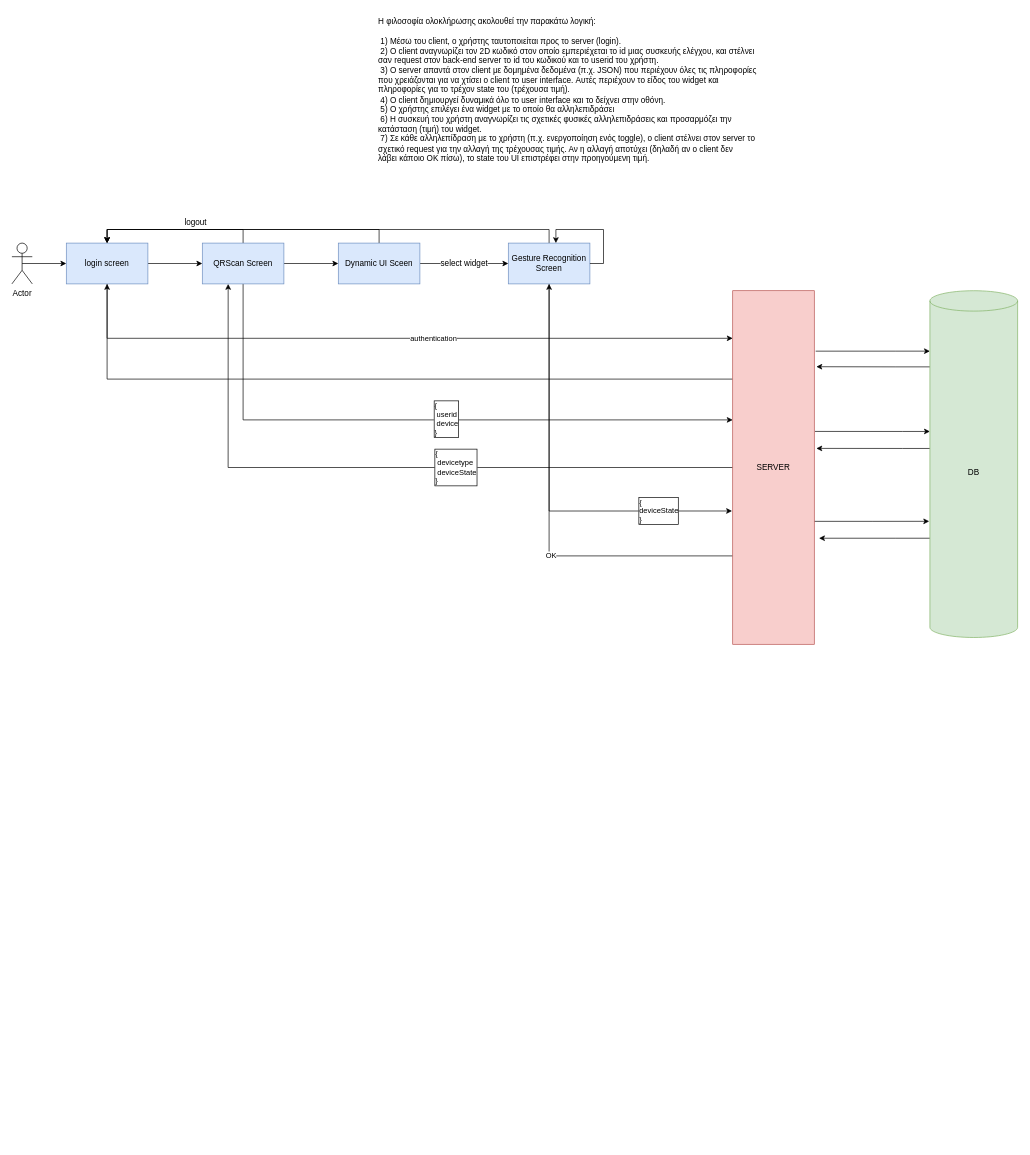
Before: page "Σελίδα-1" (1 of 8) of System Design.drawio in Paul-Chrysis/QRoom-Controller, a draw.io diagram. Source tidied: cells renumbered, new cells numbered last; positions are measured from the earlier drawing's top-left corner, leaving out a move shared by most shapes. Both pictures are drawn from the tidied source at 68%, with x=0, y=0 at pixel (12, 12). Pictures stored in the file or linked from it are replaced by grey dashed boxes.
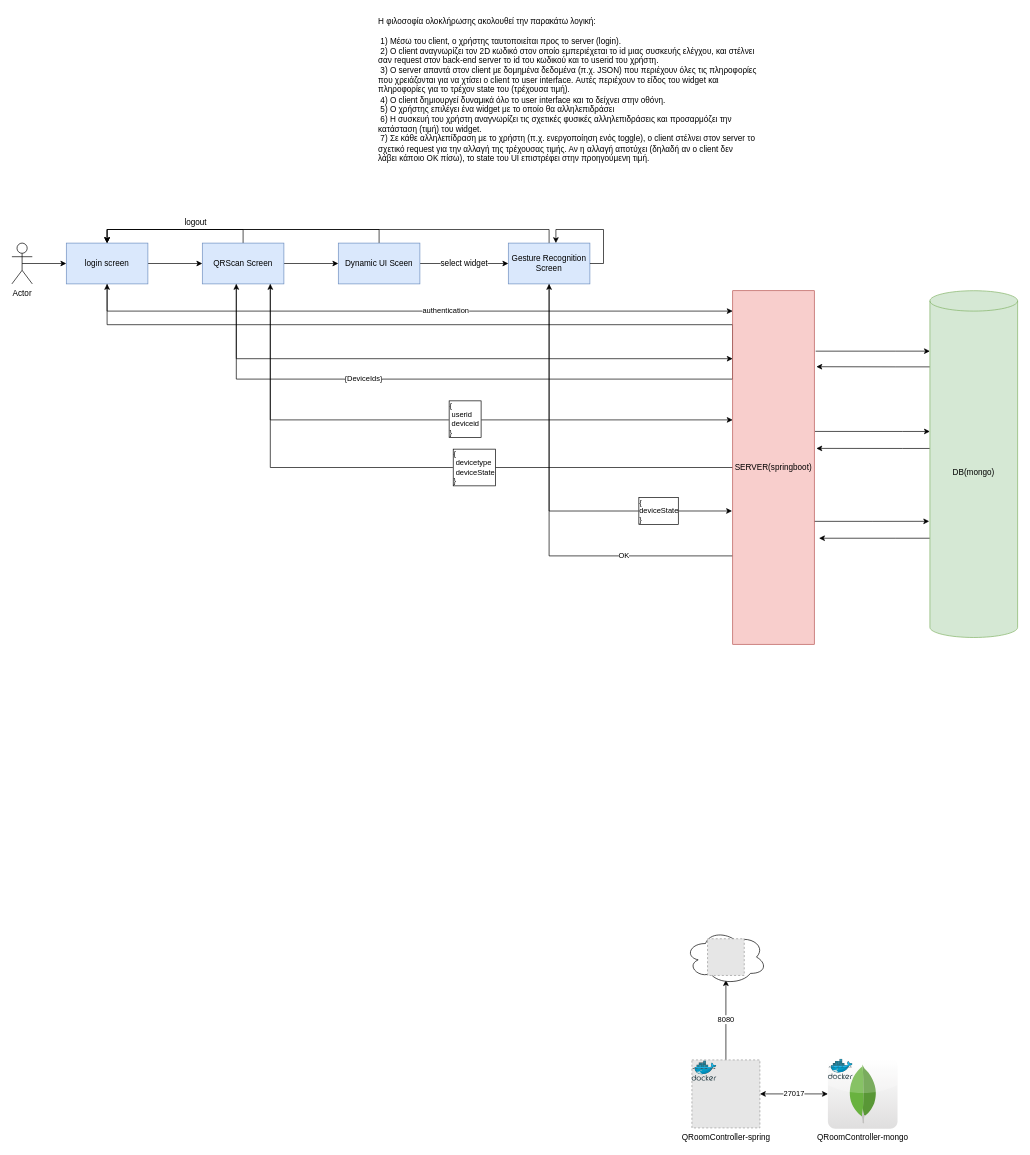
Above is the later version.

The change refers to these unchanged cells:
```xml
<mxCell id="7" value="login screen" style="rounded=0;whiteSpace=wrap;html=1;fillColor=#dae8fc;strokeColor=#6c8ebf;" parent="1" vertex="1">
  <mxGeometry x="80" y="340" width="120" height="60" as="geometry" />
</mxCell>
<mxCell id="13" style="edgeStyle=orthogonalEdgeStyle;rounded=0;jettySize=auto;html=1;entryX=0.5;entryY=1;entryDx=0;entryDy=0;" parent="1" edge="1" source="15" target="27">
  <mxGeometry relative="1" as="geometry">
    <Array as="points">
      <mxPoint x="790" y="800" />
    </Array>
  </mxGeometry>
</mxCell>
<mxCell id="24" value="QRScan Screen" style="whiteSpace=wrap;html=1;fillColor=#dae8fc;strokeColor=#6c8ebf;rounded=0;" parent="1" vertex="1">
  <mxGeometry x="280" y="340" width="120" height="60" as="geometry" />
</mxCell>
```

The edit, as a diff of the source:
```diff
@@
     <mxCell id="5" value="authentication" style="rounded=0;jettySize=auto;html=1;edgeStyle=orthogonalEdgeStyle;" parent="1" edge="1" source="7" target="15">
       <mxGeometry x="0.12" relative="1" as="geometry">
         <Array as="points">
-          <mxPoint x="140" y="480" />
+          <mxPoint x="140" y="440" />
         </Array>
       </mxGeometry>
     </mxCell>
@@
     <mxCell id="8" style="edgeStyle=orthogonalEdgeStyle;rounded=0;jettySize=auto;html=1;entryX=0.5;entryY=1;entryDx=0;entryDy=0;exitX=0;exitY=0.25;exitDx=0;exitDy=0;" parent="1" edge="1" source="15" target="7">
-      <mxGeometry relative="1" as="geometry" />
+      <mxGeometry relative="1" as="geometry">
+        <Array as="points">
+          <mxPoint x="1060" y="460" />
+          <mxPoint x="140" y="460" />
+        </Array>
+      </mxGeometry>
     </mxCell>
@@
-    <mxCell id="11" value="{&lt;br&gt;&lt;span style=&quot;white-space: pre;&quot;&gt; &lt;/span&gt;devicetype&lt;br&gt;&lt;span style=&quot;white-space: pre;&quot;&gt; &lt;/span&gt;deviceState&lt;br&gt;}" style="edgeStyle=orthogonalEdgeStyle;rounded=0;jettySize=auto;html=1;entryX=0.317;entryY=1;entryDx=0;entryDy=0;entryPerimeter=0;align=left;labelBorderColor=default;" parent="1" edge="1" source="15" target="24">
-      <mxGeometry x="-0.13" relative="1" as="geometry" />
+    <mxCell id="11" value="{&lt;br&gt;&lt;span style=&quot;white-space: pre;&quot;&gt; &lt;/span&gt;devicetype&lt;br&gt;&lt;span style=&quot;white-space: pre;&quot;&gt; &lt;/span&gt;deviceState&lt;br&gt;}" style="edgeStyle=orthogonalEdgeStyle;rounded=0;jettySize=auto;html=1;align=left;labelBorderColor=default;" parent="1" edge="1" source="15" target="24">
+      <mxGeometry x="-0.13" relative="1" as="geometry">
+        <Array as="points">
+          <mxPoint x="380" y="670" />
+        </Array>
+      </mxGeometry>
     </mxCell>
@@
     <mxCell id="14" value="OK" style="edgeLabel;html=1;align=center;verticalAlign=middle;" parent="13" vertex="1">
-      <mxGeometry x="-0.2" y="-1" relative="1" as="geometry" />
+      <mxGeometry x="-0.2" y="-1" relative="1" as="geometry">
+        <mxPoint x="107" as="offset" />
+      </mxGeometry>
     </mxCell>
+    <mxCell id="32" style="edgeStyle=orthogonalEdgeStyle;rounded=0;jettySize=auto;html=1;" parent="1" edge="1" source="15" target="24">
+      <mxGeometry relative="1" as="geometry">
+        <Array as="points">
+          <mxPoint x="330" y="540" />
+        </Array>
+      </mxGeometry>
+    </mxCell>
+    <mxCell id="33" value="{DeviceIds}" style="edgeLabel;html=1;align=center;verticalAlign=middle;" parent="32" vertex="1">
+      <mxGeometry x="0.25" y="-1" relative="1" as="geometry" />
+    </mxCell>
-    <mxCell id="15" value="SERVER" style="rounded=0;whiteSpace=wrap;html=1;fillColor=#f8cecc;strokeColor=#b85450;" parent="1" vertex="1">
+    <mxCell id="15" value="SERVER(springboot)" style="rounded=0;whiteSpace=wrap;html=1;fillColor=#f8cecc;strokeColor=#b85450;" parent="1" vertex="1">
       <mxGeometry x="1060" y="410" width="120" height="520" as="geometry" />
     </mxCell>
@@
-    <mxCell id="19" value="DB" style="shape=cylinder3;whiteSpace=wrap;html=1;boundedLbl=1;backgroundOutline=1;size=15;fillColor=#d5e8d4;strokeColor=#82b366;" parent="1" vertex="1">
+    <mxCell id="19" value="DB(mongo)" style="shape=cylinder3;whiteSpace=wrap;html=1;boundedLbl=1;backgroundOutline=1;size=15;fillColor=#d5e8d4;strokeColor=#82b366;" parent="1" vertex="1">
       <mxGeometry x="1350" y="410" width="129" height="510" as="geometry" />
     </mxCell>
     <mxCell id="20" style="edgeStyle=orthogonalEdgeStyle;rounded=0;jettySize=auto;html=1;" parent="1" edge="1" source="24" target="15">
       <mxGeometry relative="1" as="geometry">
         <Array as="points">
-          <mxPoint x="340" y="600" />
+          <mxPoint x="380" y="600" />
         </Array>
       </mxGeometry>
     </mxCell>
-    <mxCell id="21" value="{&lt;br&gt;&lt;span style=&quot;white-space: pre;&quot;&gt; &lt;/span&gt;userid&lt;br&gt;&lt;span style=&quot;white-space: pre;&quot;&gt; &lt;/span&gt;device&lt;br&gt;}" style="edgeLabel;html=1;align=left;verticalAlign=middle;labelBorderColor=default;spacingRight=0;spacing=2;" parent="20" vertex="1">
+    <mxCell id="21" value="{&lt;br&gt;&lt;span style=&quot;white-space: pre;&quot;&gt; &lt;/span&gt;userid&lt;br&gt;&lt;span style=&quot;white-space: pre;&quot;&gt; &lt;/span&gt;deviceid&amp;nbsp;&lt;br&gt;}" style="edgeLabel;html=1;align=left;verticalAlign=middle;labelBorderColor=default;spacingRight=0;spacing=2;" parent="20" vertex="1">
       <mxGeometry x="-0.1" y="2" relative="1" as="geometry">
         <mxPoint x="65" as="offset" />
       </mxGeometry>
     </mxCell>
@@
+    <mxCell id="34" style="edgeStyle=orthogonalEdgeStyle;rounded=0;jettySize=auto;html=1;" parent="1" edge="1" source="24" target="15">
+      <mxGeometry relative="1" as="geometry">
+        <Array as="points">
+          <mxPoint x="330" y="510" />
+        </Array>
+      </mxGeometry>
+    </mxCell>
@@
+    <mxCell id="35" style="group;" parent="1" vertex="1">
+      <mxGeometry x="1200" y="1540" width="102.4" height="102.4" as="geometry" />
+    </mxCell>
+    <mxCell id="36" value="QRoomController-mongo" style="dashed=0;outlineConnect=0;html=1;align=center;labelPosition=center;verticalLabelPosition=bottom;verticalAlign=top;shape=mxgraph.webicons.mongodb;gradientColor=#DFDEDE;" parent="35" vertex="1">
+      <mxGeometry width="102.4" height="102.4" as="geometry" />
+    </mxCell>
+    <mxCell id="37" style="image;sketch=0;html=1;align=center;fontSize=12;image=img/lib/mscae/Docker.svg;" parent="35" vertex="1">
+      <mxGeometry x="0.4" width="36.6" height="30" as="geometry" />
+    </mxCell>
+    <mxCell id="38" value="27017" style="edgeStyle=orthogonalEdgeStyle;rounded=0;jettySize=auto;html=1;startArrow=classic;startFill=1;" parent="1" edge="1" source="40" target="36">
+      <mxGeometry relative="1" as="geometry" />
+    </mxCell>
+    <mxCell id="39" value="8080" style="edgeStyle=orthogonalEdgeStyle;rounded=0;jettySize=auto;html=1;entryX=0.5;entryY=0.922;entryDx=0;entryDy=0;entryPerimeter=0;" parent="1" edge="1" source="40" target="42">
+      <mxGeometry relative="1" as="geometry" />
+    </mxCell>
+    <mxCell id="40" value="QRoomController-spring" style="fillColor=#E6E6E6;strokeColor=#999999;dashed=1;html=1;verticalAlign=top;verticalLabelPosition=bottom;labelBackgroundColor=#ffffff;" parent="1" vertex="1">
+      <mxGeometry x="1000" y="1541.2" width="100" height="100" as="geometry" />
+    </mxCell>
+    <mxCell id="41" style="image;sketch=0;html=1;align=center;fontSize=12;image=img/lib/mscae/Docker.svg;" parent="1" vertex="1">
+      <mxGeometry x="1000" y="1542.4" width="36.6" height="30" as="geometry" />
+    </mxCell>
+    <mxCell id="42" style="ellipse;shape=cloud;whiteSpace=wrap;html=1;" parent="1" vertex="1">
+      <mxGeometry x="990" y="1350" width="120" height="80" as="geometry" />
+    </mxCell>
+    <mxCell id="43" style="fillColor=#E6E6E6;strokeColor=#999999;dashed=1;html=1;verticalAlign=top;verticalLabelPosition=bottom;labelBackgroundColor=#ffffff;" parent="1" vertex="1">
+      <mxGeometry x="1023" y="1363" width="54" height="54" as="geometry" />
+    </mxCell>
```
